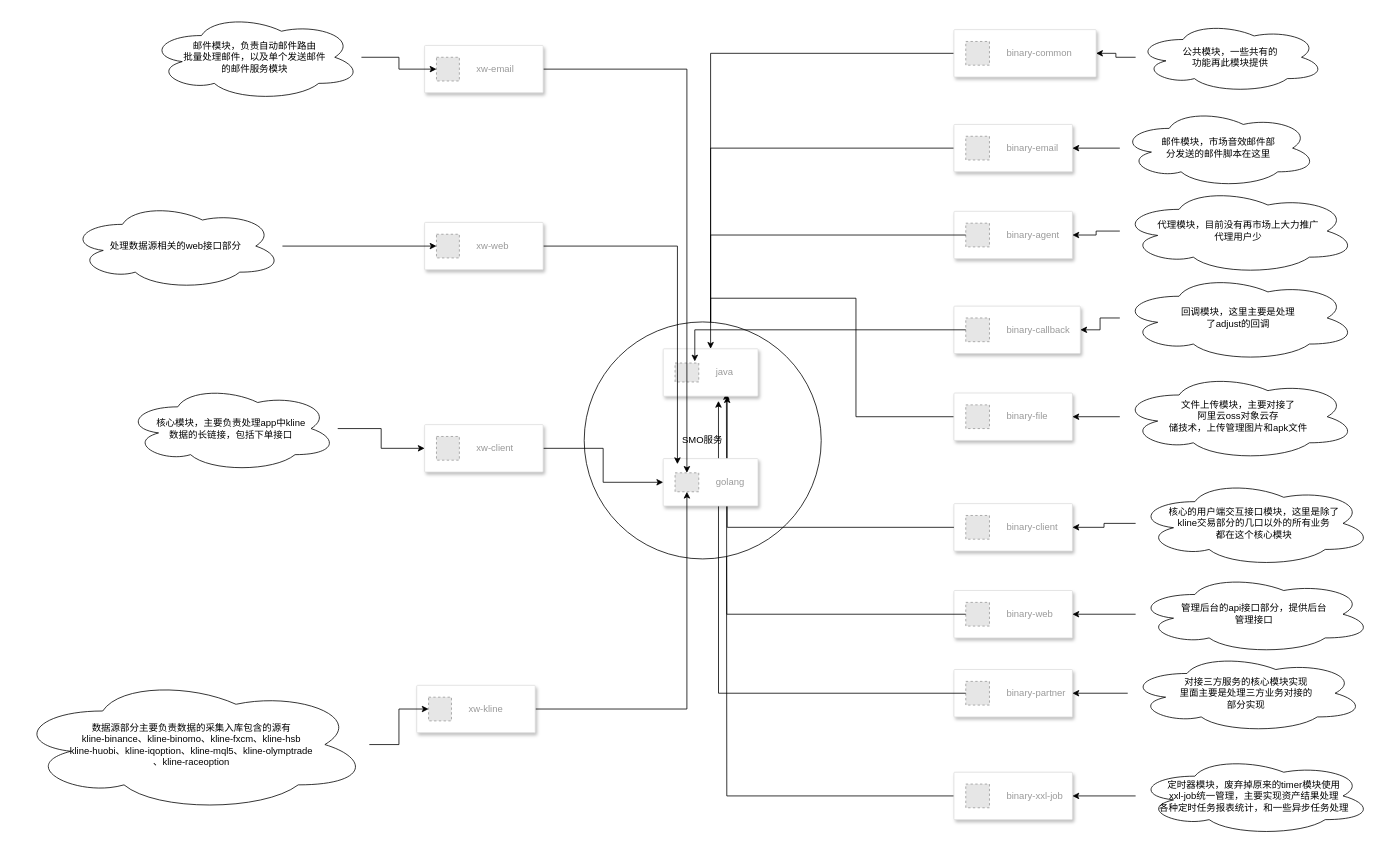
Above: smo.drawio in ethanyep/draw.io (draw.io), before the change. Source tidied: cells renumbered, new cells numbered last; positions are measured from the earlier drawing's top-left corner, leaving out a move shared by most shapes. Both pictures are drawn from the tidied source at 79%, with x=0, y=0 at pixel (13, 13). Pictures stored in the file or linked from it are replaced by grey dashed boxes.
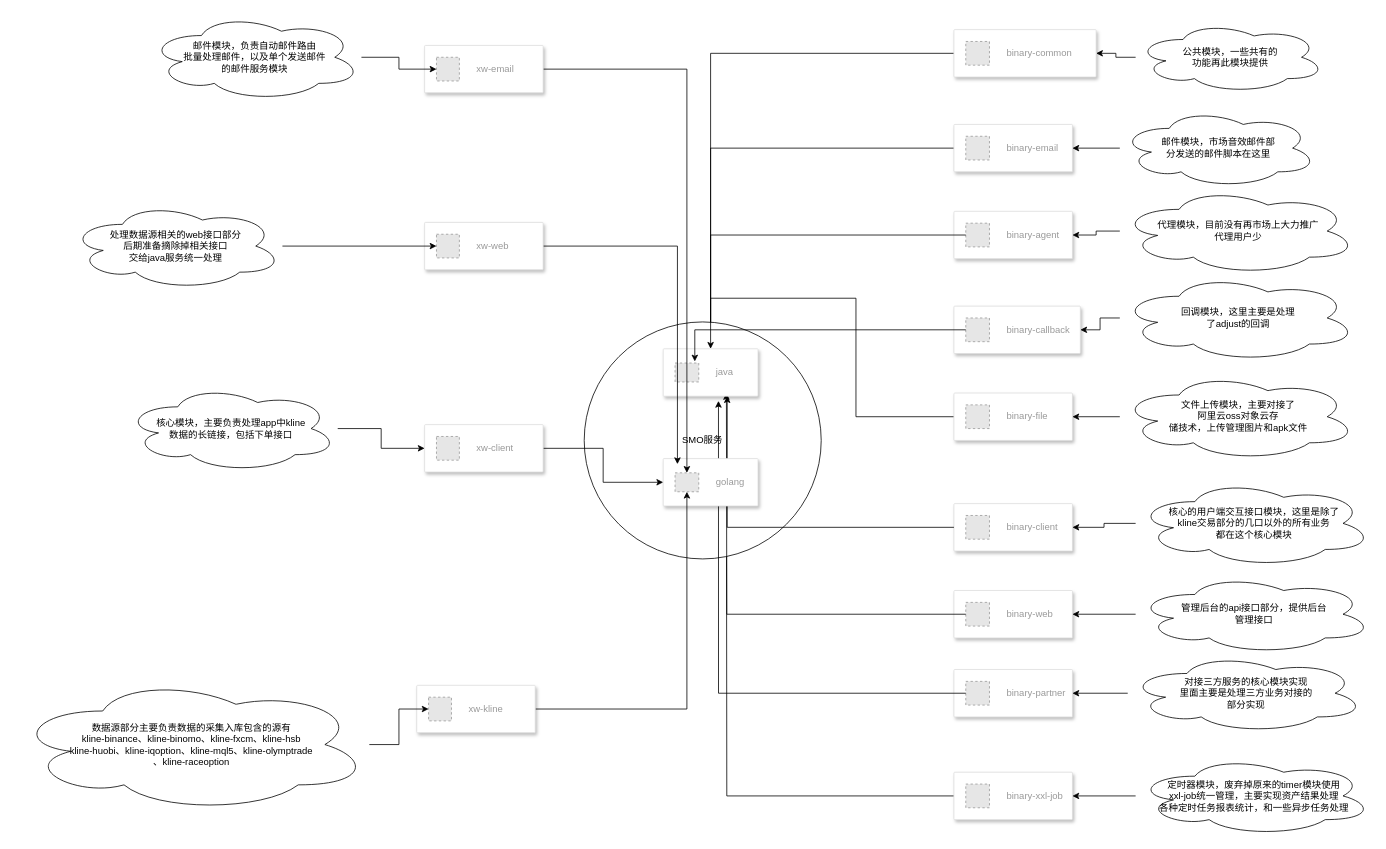
The same diagram, later.

Change to the diagram source:
```diff
@@
-    <mxCell id="67" value="处理数据源相关的web接口部分" style="ellipse;shape=cloud;whiteSpace=wrap;html=1;align=center;" parent="1" vertex="1">
+    <mxCell id="67" value="处理数据源相关的web接口部分&lt;br&gt;后期准备摘除掉相关接口&lt;br&gt;交给java服务统一处理" style="ellipse;shape=cloud;whiteSpace=wrap;html=1;align=center;" parent="1" vertex="1">
       <mxGeometry x="70" y="239" width="270" height="110" as="geometry" />
     </mxCell>
```
